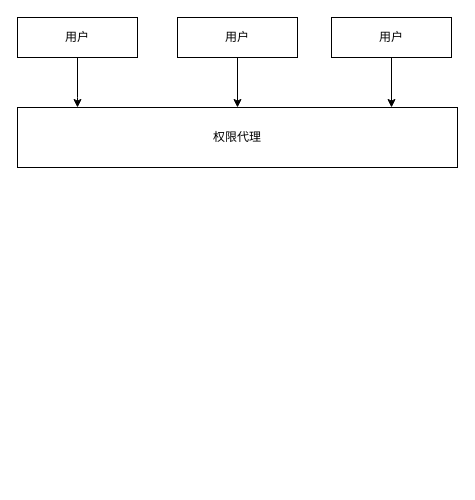
Above: Untitled Diagram.drawio in Achieve777/picture (draw.io), before the change. Source tidied: cells renumbered, new cells numbered last; positions are measured from the earlier drawing's top-left corner, leaving out a move shared by most shapes. Both pictures are drawn from the tidied source at 100%, with x=0, y=0 at pixel (17, 17).
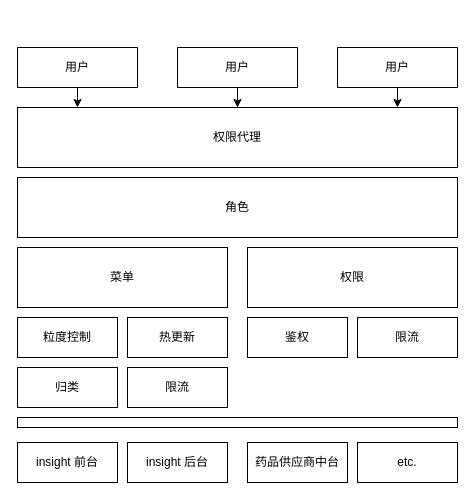
The same diagram, later.

Commit message:
Finished All

Diff of the diagram source:
```diff
@@
     <mxCell id="4" value="用户" style="rounded=0;whiteSpace=wrap;html=1;" parent="1" vertex="1">
-      <mxGeometry width="120" height="40" as="geometry" />
+      <mxGeometry y="30" width="120" height="40" as="geometry" />
     </mxCell>
@@
     <mxCell id="6" value="用户" style="rounded=0;whiteSpace=wrap;html=1;" parent="1" vertex="1">
-      <mxGeometry x="160" width="120" height="40" as="geometry" />
+      <mxGeometry x="160" y="30" width="120" height="40" as="geometry" />
     </mxCell>
@@
     <mxCell id="8" value="用户" style="rounded=0;whiteSpace=wrap;html=1;" parent="1" vertex="1">
-      <mxGeometry x="314" width="120" height="40" as="geometry" />
+      <mxGeometry x="320" y="30" width="120" height="40" as="geometry" />
     </mxCell>
+    <mxCell id="9" value="角色" style="rounded=0;whiteSpace=wrap;html=1;" parent="1" vertex="1">
+      <mxGeometry y="160" width="440" height="60" as="geometry" />
+    </mxCell>
+    <mxCell id="10" value="菜单" style="rounded=0;whiteSpace=wrap;html=1;" parent="1" vertex="1">
+      <mxGeometry y="230" width="210" height="60" as="geometry" />
+    </mxCell>
+    <mxCell id="11" value="权限" style="rounded=0;whiteSpace=wrap;html=1;" parent="1" vertex="1">
+      <mxGeometry x="230" y="230" width="210" height="60" as="geometry" />
+    </mxCell>
+    <mxCell id="12" value="粒度控制" style="rounded=0;whiteSpace=wrap;html=1;" parent="1" vertex="1">
+      <mxGeometry y="300" width="100" height="40" as="geometry" />
+    </mxCell>
+    <mxCell id="13" value="热更新" style="rounded=0;whiteSpace=wrap;html=1;" parent="1" vertex="1">
+      <mxGeometry x="110" y="300" width="100" height="40" as="geometry" />
+    </mxCell>
+    <mxCell id="14" value="归类" style="rounded=0;whiteSpace=wrap;html=1;" parent="1" vertex="1">
+      <mxGeometry y="350" width="100" height="40" as="geometry" />
+    </mxCell>
+    <mxCell id="15" value="限流" style="rounded=0;whiteSpace=wrap;html=1;" parent="1" vertex="1">
+      <mxGeometry x="110" y="350" width="100" height="40" as="geometry" />
+    </mxCell>
+    <mxCell id="16" value="鉴权" style="rounded=0;whiteSpace=wrap;html=1;" parent="1" vertex="1">
+      <mxGeometry x="230" y="300" width="100" height="40" as="geometry" />
+    </mxCell>
+    <mxCell id="17" value="限流" style="rounded=0;whiteSpace=wrap;html=1;" parent="1" vertex="1">
+      <mxGeometry x="340" y="300" width="100" height="40" as="geometry" />
+    </mxCell>
+    <mxCell id="18" style="rounded=0;whiteSpace=wrap;html=1;" parent="1" vertex="1">
+      <mxGeometry y="400" width="440" height="10" as="geometry" />
+    </mxCell>
+    <mxCell id="19" value="insight 前台" style="rounded=0;whiteSpace=wrap;html=1;" parent="1" vertex="1">
+      <mxGeometry y="425" width="100" height="40" as="geometry" />
+    </mxCell>
+    <mxCell id="20" value="insight 后台" style="rounded=0;whiteSpace=wrap;html=1;" parent="1" vertex="1">
+      <mxGeometry x="110" y="425" width="100" height="40" as="geometry" />
+    </mxCell>
+    <mxCell id="21" value="药品供应商中台" style="rounded=0;whiteSpace=wrap;html=1;" parent="1" vertex="1">
+      <mxGeometry x="230" y="425" width="100" height="40" as="geometry" />
+    </mxCell>
+    <mxCell id="22" value="etc." style="rounded=0;whiteSpace=wrap;html=1;" parent="1" vertex="1">
+      <mxGeometry x="340" y="425" width="100" height="40" as="geometry" />
+    </mxCell>
```
